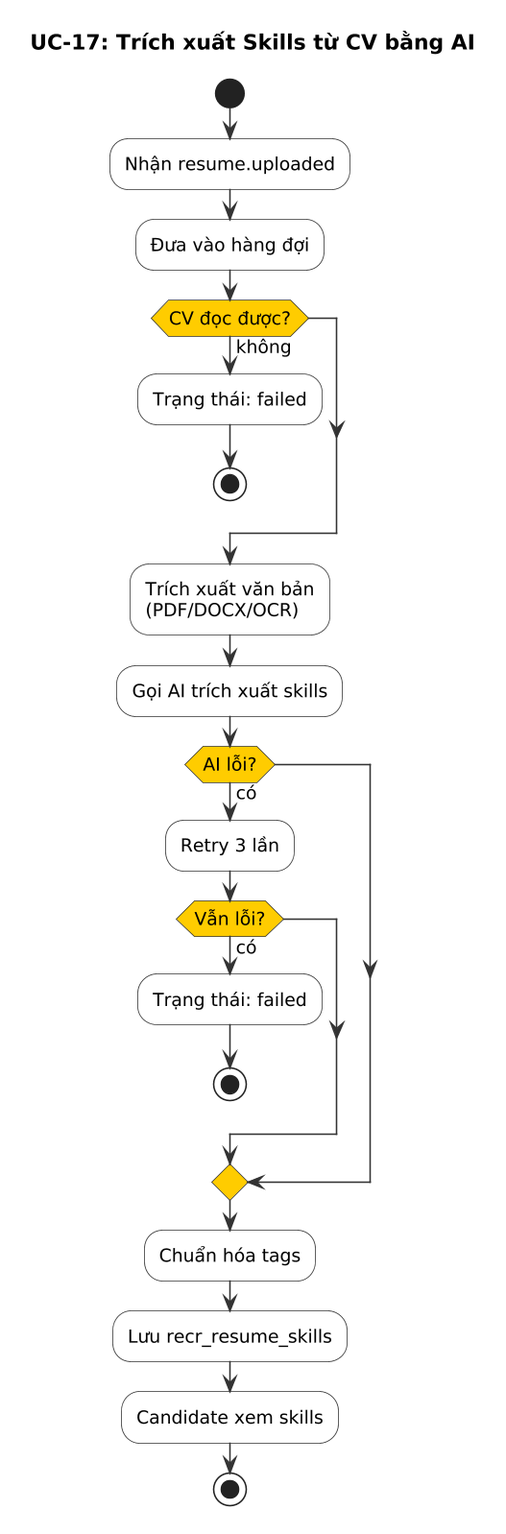
This is modules/recr/images/activity/uc17-resume-skill-extraction-activity.png from namnh240795/document, a PlantUML export, as it was before one commit.
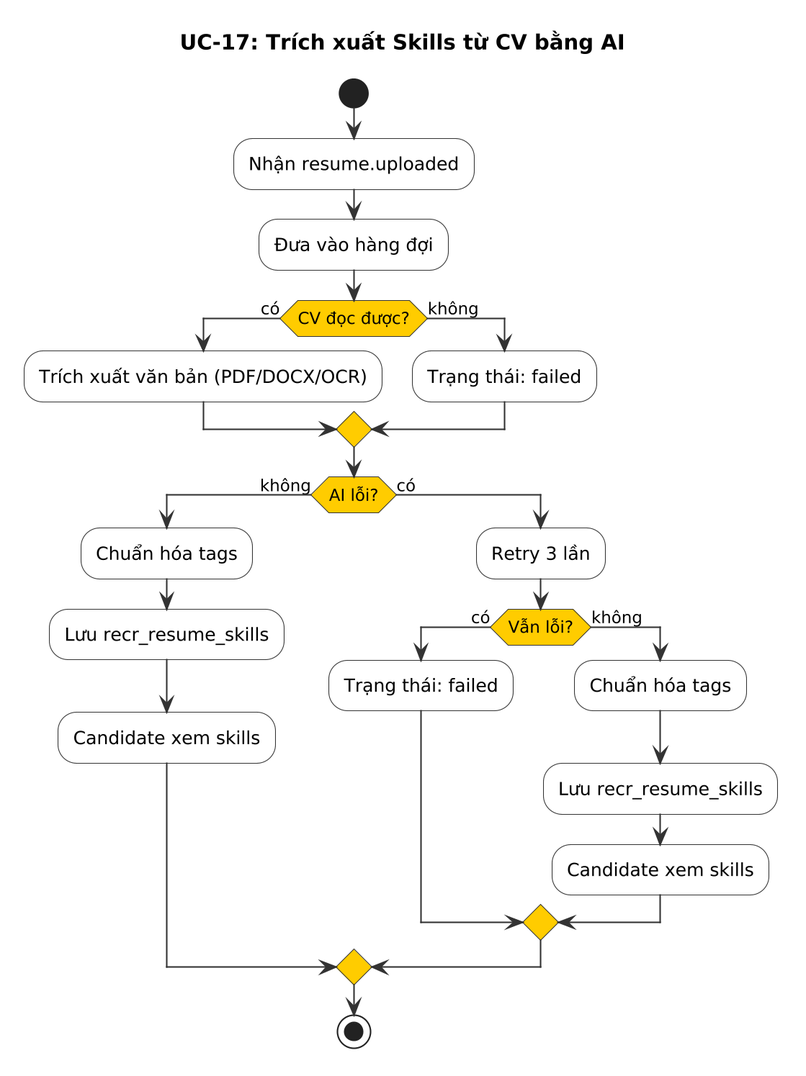
Later version of the same file.

Diff of the diagram source:
```diff
@@ -1,8 +1,5 @@
 @startuml
-skinparam dpi 150
-skinparam defaultFontSize 12
-skinparam nodesep 15
-skinparam ranksep 15
+skinparam dpi 200
 skinparam activity {
   BackgroundColor #F8F8F8
   BorderColor #333333
@@ -19,28 +16,26 @@
 
 :Đưa vào hàng đợi;
 
-if (CV đọc được?) then (không)
+if (CV đọc được?) then (có)
+  :Trích xuất văn bản (PDF/DOCX/OCR);
+else (không)
   :Trạng thái: failed;
-  stop
 endif
 
-:Trích xuất văn bản\n(PDF/DOCX/OCR);
-
-:Gọi AI trích xuất skills;
-
-if (AI lỗi?) then (có)
+if (AI lỗi?) then (không)
+  :Chuẩn hóa tags;
+  :Lưu recr_resume_skills;
+  :Candidate xem skills;
+else (có)
   :Retry 3 lần;
   if (Vẫn lỗi?) then (có)
     :Trạng thái: failed;
-    stop
+  else (không)
+    :Chuẩn hóa tags;
+    :Lưu recr_resume_skills;
+    :Candidate xem skills;
   endif
 endif
-
-:Chuẩn hóa tags;
-
-:Lưu recr_resume_skills;
-
-:Candidate xem skills;
 
 stop
 
```
